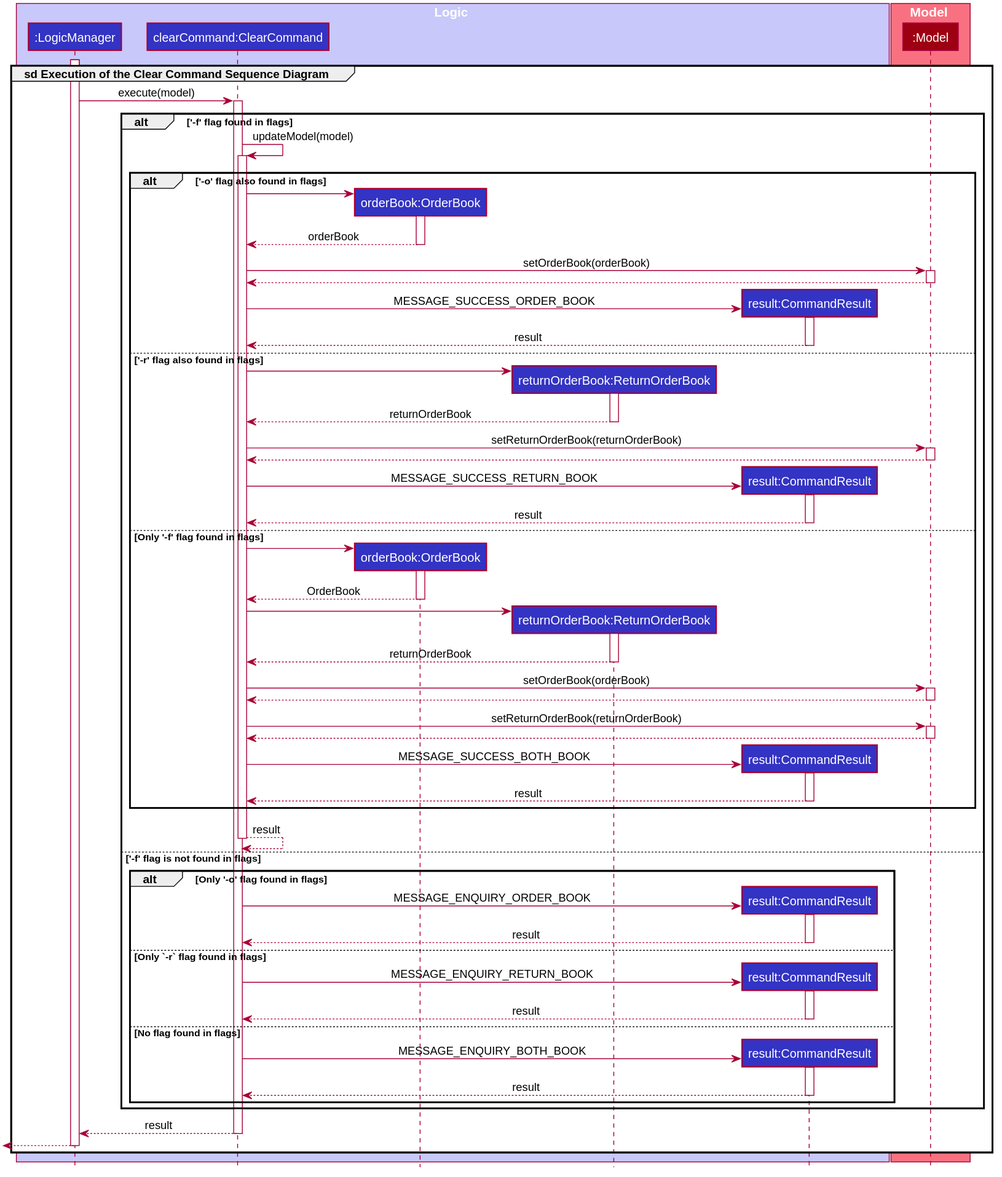
This is docs/images/ClearCommandSequenceDiagram2.svg from nus-cs2103-AY1920S2/addressbook-level3, a PlantUML export, as it was before one commit.
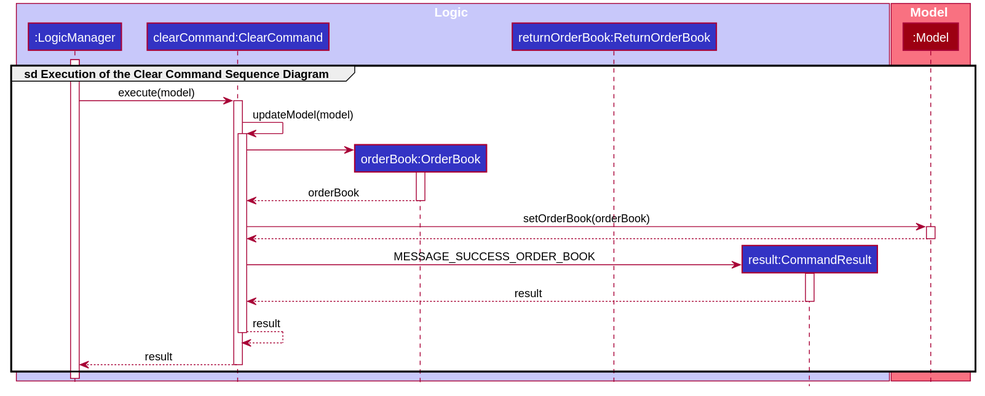
The same file after the commit.

Diff of the diagram source:
```diff
@@ -64,80 +64,24 @@
 
 LogicManager -> ClearCommand ++ : execute(model)
 
-alt '-f' flag found in flags
-    ClearCommand -> ClearCommand ++ : updateModel(model)
-    alt '-o' flag also found in flags
-        create OrderBook
-        ClearCommand -> OrderBook ++
+ClearCommand -> ClearCommand ++ : updateModel(model)
 
-        OrderBook --> ClearCommand -- : orderBook
+create OrderBook
+ClearCommand -> OrderBook ++
 
-        ClearCommand -> Model ++ : setOrderBook(orderBook)
-        Model --> ClearCommand --
+OrderBook --> ClearCommand -- : orderBook
 
-        create CommandResult
-        ClearCommand -> CommandResult ++ : MESSAGE_SUCCESS_ORDER_BOOK
+ClearCommand -> Model ++ : setOrderBook(orderBook)
+Model --> ClearCommand --
 
-        CommandResult --> ClearCommand -- : result
+create CommandResult
+ClearCommand -> CommandResult ++ : MESSAGE_SUCCESS_ORDER_BOOK
 
-    else '-r' flag also found in flags
-        create ReturnOrderBook
-        ClearCommand -> ReturnOrderBook ++
+CommandResult --> ClearCommand -- : result
 
-        ReturnOrderBook --> ClearCommand -- : returnOrderBook
+ClearCommand --> ClearCommand -- : result
 
-        ClearCommand -> Model ++ : setReturnOrderBook(returnOrderBook)
-        Model --> ClearCommand --
-
-        create CommandResult
-        ClearCommand -> CommandResult ++ : MESSAGE_SUCCESS_RETURN_BOOK
-
-        CommandResult --> ClearCommand -- : result
-    else Only '-f' flag found in flags
-        create OrderBook
-        ClearCommand -> OrderBook ++
-        OrderBook --> ClearCommand -- : OrderBook
-
-        create ReturnOrderBook
-        ClearCommand -> ReturnOrderBook ++
-        ReturnOrderBook --> ClearCommand -- : returnOrderBook
-
-        ClearCommand -> Model ++ : setOrderBook(orderBook)
-        Model --> ClearCommand --
-
-        ClearCommand -> Model ++ : setReturnOrderBook(returnOrderBook)
-        Model --> ClearCommand --
-
-        create CommandResult
-        ClearCommand -> CommandResult ++ : MESSAGE_SUCCESS_BOTH_BOOK
-
-        CommandResult --> ClearCommand -- : result
-    end
-    ClearCommand --> ClearCommand -- : result
-else '-f' flag is not found in flags
-    alt Only '-o' flag found in flags
-        create CommandResult
-        ClearCommand -> CommandResult ++ : MESSAGE_ENQUIRY_ORDER_BOOK
-
-        CommandResult --> ClearCommand -- : result
-    else Only `-r` flag found in flags
-        create CommandResult
-        ClearCommand -> CommandResult ++ : MESSAGE_ENQUIRY_RETURN_BOOK
-
-        CommandResult --> ClearCommand -- : result
-    else No flag found in flags
-        create CommandResult
-        ClearCommand -> CommandResult ++ : MESSAGE_ENQUIRY_BOTH_BOOK
-
-        CommandResult --> ClearCommand -- : result
-    end
-end
-
-ClearCommand --> LogicManager : result
-deactivate ClearCommand
-
-[<--LogicManager
-deactivate LogicManager
+ClearCommand --> LogicManager -- : result
 
 end
 @enduml
```
